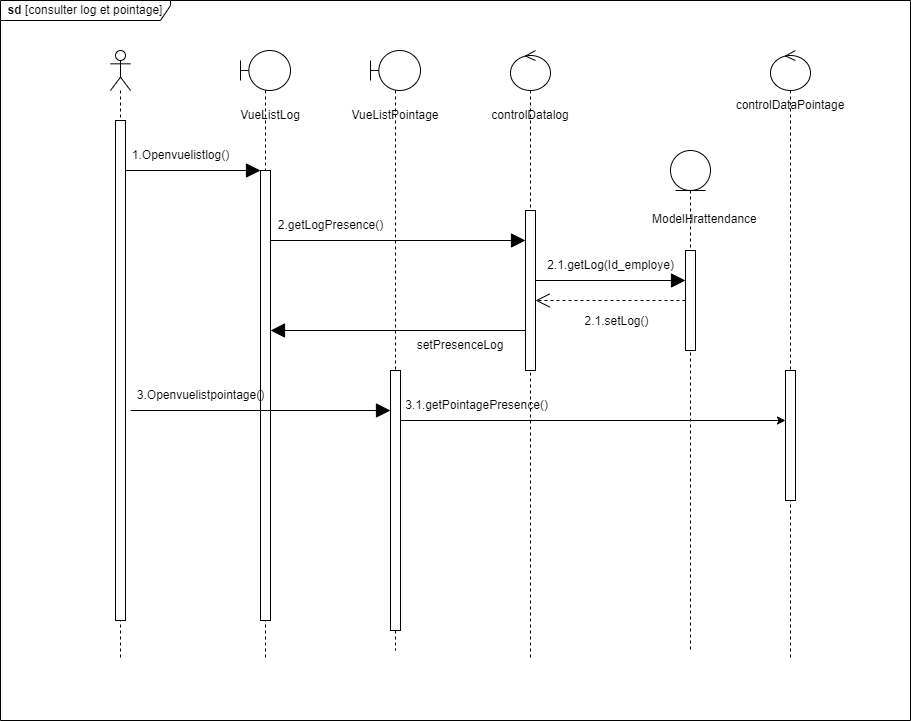
This is static/Diagramme des séquences conceptuel  log et pointage .drawio.png from Siluearsene/borne_biometrique, a draw.io export, as it was before one commit. Source tidied: cells renumbered, new cells last; positions are measured from the earlier drawing's top-left corner, leaving out a move shared by most shapes.
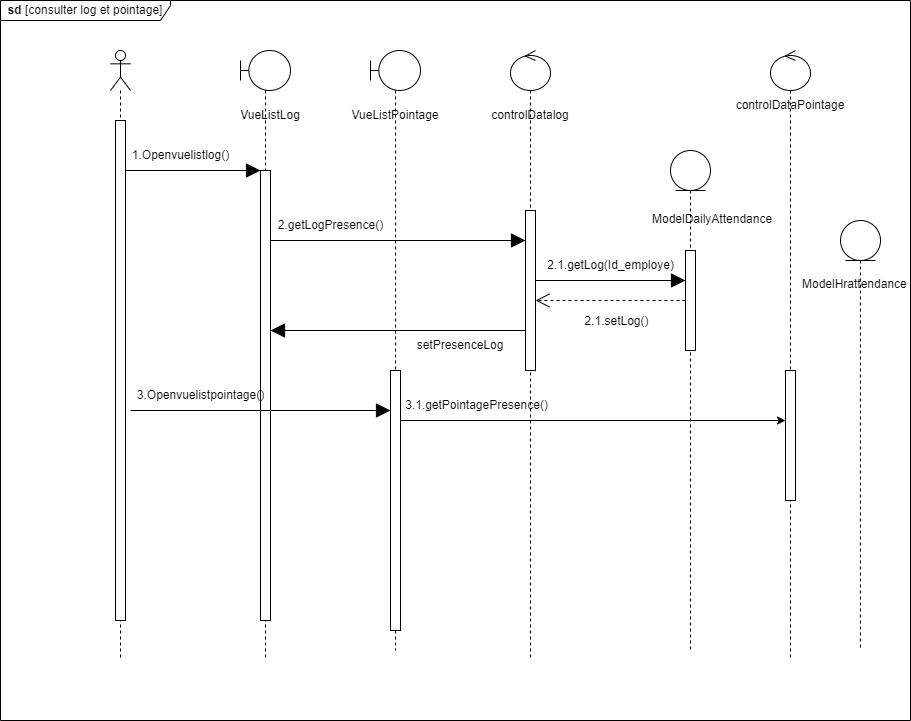
Later version of the same file.

Commit message:
Mettre à jour Diagramme des séquences conceptuel  log et pointage .drawio.png

The edit, as a diff of the source:
```diff
@@ -89,7 +89,7 @@
     <mxCell id="26" value="setPresenceLog" style="text;html=1;strokeColor=none;fillColor=none;align=center;verticalAlign=middle;whiteSpace=wrap;rounded=0;" parent="1" vertex="1">
       <mxGeometry x="430" y="330" width="60" height="30" as="geometry" />
     </mxCell>
-    <mxCell id="27" value="&lt;div style=&quot;text-align: center;&quot;&gt;&lt;span style=&quot;background-color: initial;&quot;&gt;ModelHrattendance&lt;/span&gt;&lt;/div&gt;" style="text;whiteSpace=wrap;html=1;" parent="1" vertex="1">
+    <mxCell id="27" value="&lt;div style=&quot;text-align: center;&quot;&gt;&lt;span style=&quot;background-color: initial;&quot;&gt;ModelDailyAttendance&lt;/span&gt;&lt;/div&gt;" style="text;whiteSpace=wrap;html=1;" parent="1" vertex="1">
       <mxGeometry x="650" y="205" width="100" height="25" as="geometry" />
     </mxCell>
     <mxCell id="28" value="3.Openvuelistpointage()" style="text;html=1;align=center;verticalAlign=middle;strokeColor=none;fillColor=none;" parent="1" vertex="1">
@@ -114,5 +114,11 @@
     <mxCell id="33" value="1.Openvuelistlog()" style="text;html=1;align=center;verticalAlign=middle;strokeColor=none;fillColor=none;" parent="1" vertex="1">
       <mxGeometry x="120" y="140" width="120" height="30" as="geometry" />
     </mxCell>
+    <mxCell id="34" style="shape=umlLifeline;perimeter=lifelinePerimeter;whiteSpace=wrap;html=1;newEdgeStyle={&quot;edgeStyle&quot;:&quot;elbowEdgeStyle&quot;,&quot;elbow&quot;:&quot;vertical&quot;,&quot;curved&quot;:0,&quot;rounded&quot;:0};participant=umlEntity;" parent="1" vertex="1">
+      <mxGeometry x="840" y="220" width="40" height="430" as="geometry" />
+    </mxCell>
+    <mxCell id="35" value="&lt;div style=&quot;text-align: center;&quot;&gt;&lt;span style=&quot;background-color: initial;&quot;&gt;ModelHrattendance&lt;/span&gt;&lt;/div&gt;" style="text;whiteSpace=wrap;html=1;" parent="1" vertex="1">
+      <mxGeometry x="800" y="270" width="100" height="25" as="geometry" />
+    </mxCell>
   </root>
 </mxGraphModel>
```
